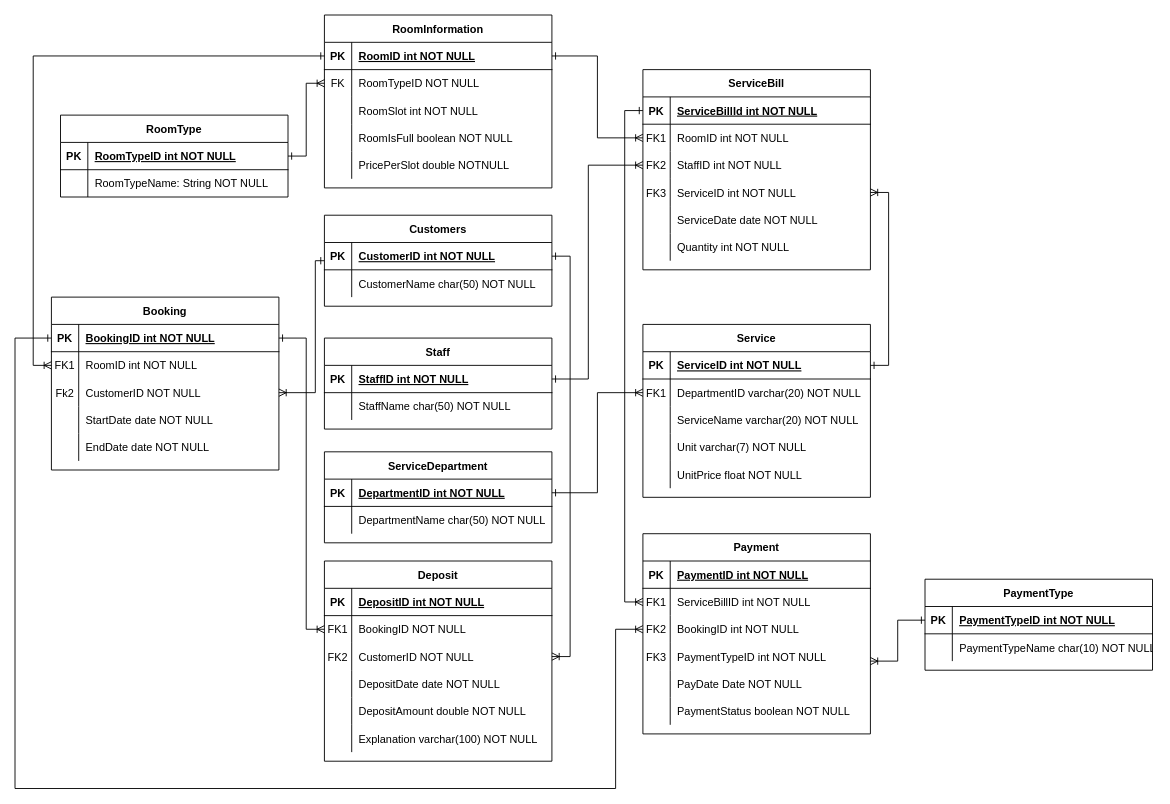
Before: Diagram/Entity Relationship Diagram.drawio in jonathanha52/SE104.L23.PMCL, a draw.io diagram. Source tidied: cells renumbered, new cells numbered last; positions are measured from the earlier drawing's top-left corner, leaving out a move shared by most shapes. Both pictures are drawn from the tidied source at 91%, with x=0, y=0 at pixel (15, 15).
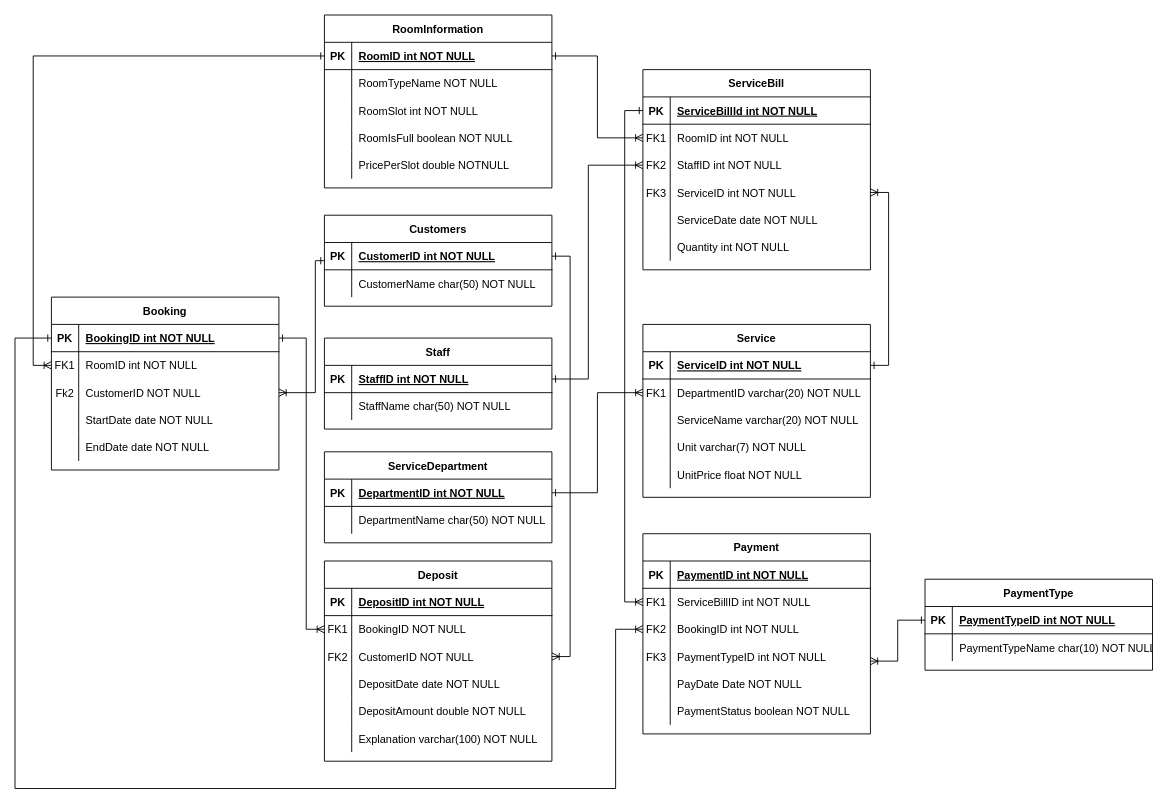
The same diagram, later.

The change refers to these unchanged cells:
```xml
<mxCell id="83" style="shape=partialRectangle;fillColor=none;points=[[0,0.5],[1,0.5]];portConstraint=eastwest;top=0;left=0;right=0;bottom=0;" parent="79" vertex="1">
  <mxGeometry y="60" width="250" height="30" as="geometry" />
</mxCell>
```

What changed in the source:
```diff
@@
-    <mxCell id="84" value="FK" style="shape=partialRectangle;overflow=hidden;fillColor=none;top=0;left=0;bottom=0;right=0;" parent="83" vertex="1">
+    <mxCell id="84" style="shape=partialRectangle;overflow=hidden;fillColor=none;top=0;left=0;bottom=0;right=0;" parent="83" vertex="1">
       <mxGeometry width="30" height="30" as="geometry" />
     </mxCell>
-    <mxCell id="85" value="RoomTypeID NOT NULL" style="shape=partialRectangle;overflow=hidden;fillColor=none;top=0;left=0;bottom=0;right=0;align=left;spacingLeft=6;" parent="83" vertex="1">
+    <mxCell id="85" value="RoomTypeName NOT NULL" style="shape=partialRectangle;overflow=hidden;fillColor=none;top=0;left=0;bottom=0;right=0;align=left;spacingLeft=6;" parent="83" vertex="1">
       <mxGeometry x="30" width="220" height="30" as="geometry" />
     </mxCell>
@@
-    <mxCell id="146" value="RoomType" style="shape=table;startSize=30;childLayout=tableLayout;rowLines=0;fontStyle=1;align=center;" parent="1" vertex="1">
-      <mxGeometry x="50" y="110" width="250" height="90" as="geometry" />
-    </mxCell>
-    <mxCell id="147" style="shape=partialRectangle;fillColor=none;points=[[0,0.5],[1,0.5]];portConstraint=eastwest;top=0;left=0;right=0;bottom=1;" parent="146" vertex="1">
-      <mxGeometry y="30" width="250" height="30" as="geometry" />
-    </mxCell>
-    <mxCell id="148" value="PK" style="shape=partialRectangle;overflow=hidden;fillColor=none;top=0;left=0;bottom=0;right=0;fontStyle=1;" parent="147" vertex="1">
-      <mxGeometry width="30" height="30" as="geometry" />
-    </mxCell>
-    <mxCell id="149" value="RoomTypeID int NOT NULL " style="shape=partialRectangle;overflow=hidden;fillColor=none;top=0;left=0;bottom=0;right=0;align=left;spacingLeft=6;fontStyle=5;" parent="147" vertex="1">
-      <mxGeometry x="30" width="220" height="30" as="geometry" />
-    </mxCell>
-    <mxCell id="150" style="shape=partialRectangle;fillColor=none;top=0;left=0;right=0;bottom=0;" parent="146" vertex="1">
-      <mxGeometry y="60" width="250" height="30" as="geometry" />
-    </mxCell>
-    <mxCell id="151" style="shape=partialRectangle;overflow=hidden;fillColor=none;top=0;left=0;bottom=0;right=0;" parent="150" vertex="1">
-      <mxGeometry width="30" height="30" as="geometry" />
-    </mxCell>
-    <mxCell id="152" value="RoomTypeName: String NOT NULL" style="shape=partialRectangle;overflow=hidden;fillColor=none;top=0;left=0;bottom=0;right=0;align=left;spacingLeft=6;" parent="150" vertex="1">
-      <mxGeometry x="30" width="220" height="30" as="geometry" />
-    </mxCell>
-    <mxCell id="153" style="edgeStyle=orthogonalEdgeStyle;rounded=0;jettySize=auto;html=1;startArrow=ERone;startFill=0;endArrow=ERoneToMany;endFill=0;" parent="1" edge="1" source="147" target="83">
-      <mxGeometry relative="1" as="geometry" />
-    </mxCell>
```
